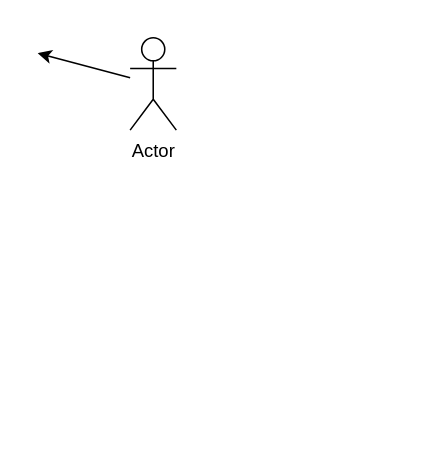
Earlier version of the draw.io diagram Mlog Diagrams.drawio (4-I-Projects/Mlog_Backend). Source tidied: cells renumbered, new cells numbered last; positions are measured from the earlier drawing's top-left corner, leaving out a move shared by most shapes. Both pictures are drawn from the tidied source at 154%, with x=0, y=0 at pixel (37, 37).
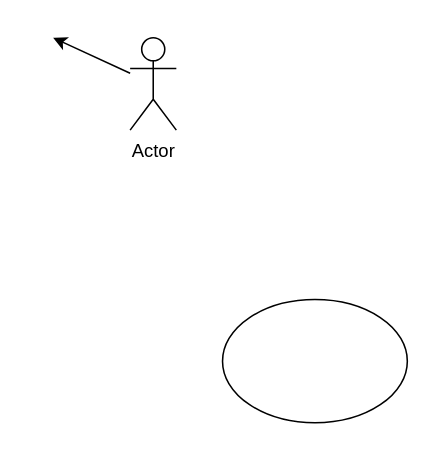
After the change.

The edit, as a diff of the source:
```diff
@@
 <mxGraphModel>
   <root>
     <mxCell id="0" />
     <mxCell id="1" parent="0" />
     <mxCell id="2" value="Actor" style="shape=umlActor;verticalLabelPosition=bottom;verticalAlign=top;html=1;outlineConnect=0;" parent="1" vertex="1">
       <mxGeometry x="60" width="30" height="60" as="geometry" />
     </mxCell>
     <mxCell id="3" style="endArrow=classic;html=1;rounded=0;" parent="1" edge="1" source="2">
       <mxGeometry relative="1" as="geometry">
-        <mxPoint y="10" as="targetPoint" />
+        <mxPoint x="10" as="targetPoint" />
       </mxGeometry>
     </mxCell>
+    <mxCell id="4" style="ellipse;whiteSpace=wrap;html=1;" parent="1" vertex="1">
+      <mxGeometry x="120" y="170" width="120" height="80" as="geometry" />
+    </mxCell>
   </root>
 </mxGraphModel>
```
